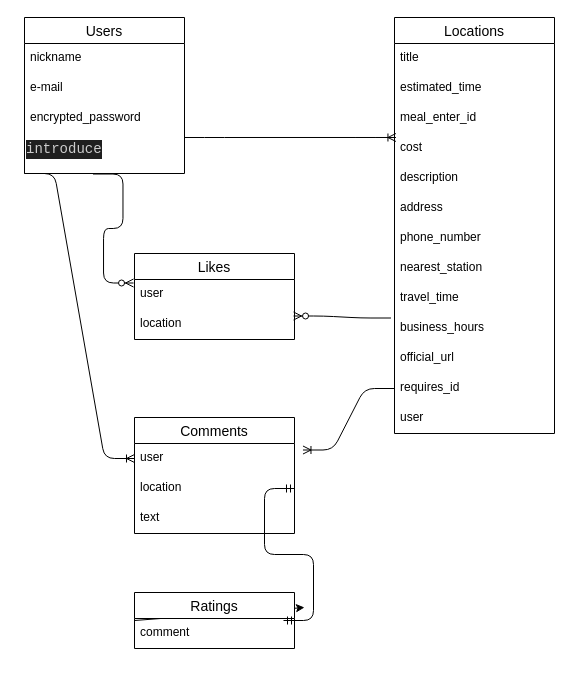
Above: rings.dio in amajun0202/rings-39998 (draw.io), before the change. Source tidied: cells renumbered, new cells numbered last; positions are measured from the earlier drawing's top-left corner, leaving out a move shared by most shapes. Both pictures are drawn from the tidied source at 100%, with x=0, y=0 at pixel (24, 17).
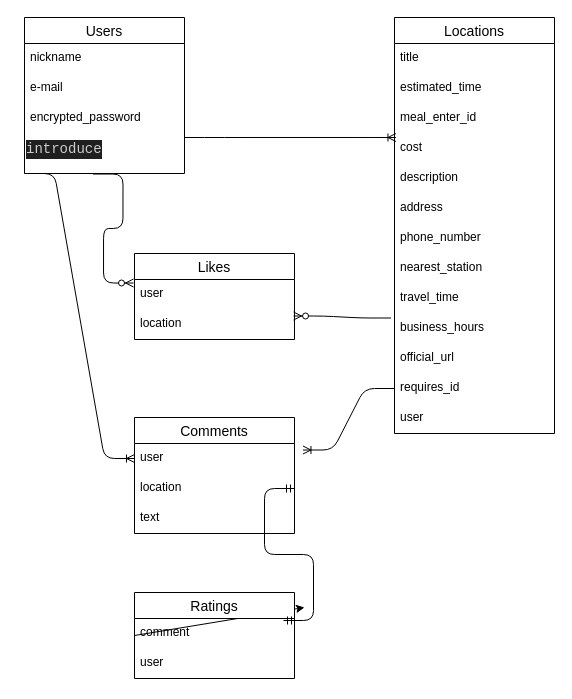
The same page after the edit.

What changed in the source:
```diff
@@
     <mxCell id="30" value="Ratings" style="swimlane;fontStyle=0;horizontal=1;startSize=26;align=center;fontSize=14;" parent="1" vertex="1">
-      <mxGeometry x="110" y="575" width="160" height="56" as="geometry" />
+      <mxGeometry x="110" y="575" width="160" height="86" as="geometry" />
     </mxCell>
@@
+    <mxCell id="37" value="user" style="text;strokeColor=none;fillColor=none;spacingLeft=4;spacingRight=4;overflow=hidden;fontSize=12;" parent="30" vertex="1">
+      <mxGeometry y="56" width="160" height="30" as="geometry" />
+    </mxCell>
```
